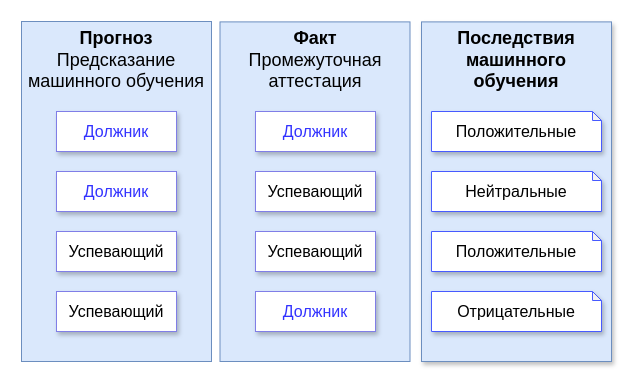
Earlier version of the draw.io diagram Этап Прогнозирования Технико-экономическое обоснование.drawio (RuslanKudarov/diagrams). Source tidied: cells renumbered, new cells numbered last; positions are measured from the earlier drawing's top-left corner, leaving out a move shared by most shapes. Both pictures are drawn from the tidied source at 100%, with x=0, y=0 at pixel (21, 21).
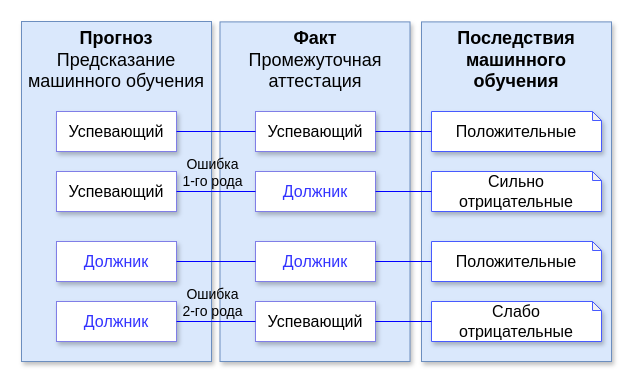
After the change.

Diff of the diagram source:
```diff
@@
-    <mxCell id="2" value="&lt;font style=&quot;font-size: 18px;&quot; face=&quot;Calibri&quot;&gt;&lt;span style=&quot;&quot;&gt;&lt;b&gt;Факт&lt;/b&gt;&lt;br&gt;Промежуточная аттестация&lt;br&gt;&lt;/span&gt;&lt;/font&gt;" style="whiteSpace=wrap;html=1;fillColor=#dae8fc;fontSize=14;strokeColor=#6c8ebf;verticalAlign=top;" parent="1" vertex="1">
+    <mxCell id="2" value="&lt;font style=&quot;font-size: 18px;&quot; face=&quot;Calibri&quot;&gt;&lt;span style=&quot;&quot;&gt;&lt;b&gt;Факт&lt;/b&gt;&lt;br&gt;Промежуточная аттестация&lt;br&gt;&lt;/span&gt;&lt;/font&gt;" style="whiteSpace=wrap;html=1;fillColor=#dae8fc;fontSize=14;strokeColor=#6c8ebf;verticalAlign=top;shadow=1;" parent="1" vertex="1">
       <mxGeometry x="198.5" y="0.4" width="190" height="339.6" as="geometry" />
     </mxCell>
-    <mxCell id="3" value="&lt;font style=&quot;font-size: 18px;&quot; face=&quot;Calibri&quot;&gt;&lt;b&gt;Прогноз&lt;/b&gt;&lt;br&gt;Предсказание&lt;br&gt;машинного обучения&lt;br&gt;&lt;/font&gt;" style="whiteSpace=wrap;html=1;fillColor=#dae8fc;fontSize=14;strokeColor=#6c8ebf;verticalAlign=top;" parent="1" vertex="1">
+    <mxCell id="3" value="&lt;font style=&quot;font-size: 18px;&quot; face=&quot;Calibri&quot;&gt;&lt;b&gt;Прогноз&lt;/b&gt;&lt;br&gt;Предсказание&lt;br&gt;машинного обучения&lt;br&gt;&lt;/font&gt;" style="whiteSpace=wrap;html=1;fillColor=#dae8fc;fontSize=14;strokeColor=#6c8ebf;verticalAlign=top;shadow=1;" parent="1" vertex="1">
       <mxGeometry width="190" height="340" as="geometry" />
     </mxCell>
@@
     <mxCell id="5" value="&lt;font style=&quot;font-size: 16px;&quot; face=&quot;Calibri&quot;&gt;Должник&lt;/font&gt;" style="rounded=0;whiteSpace=wrap;html=1;strokeColor=#807ee7;shadow=1;fontColor=#3333FF;" parent="1" vertex="1">
-      <mxGeometry x="35" y="90" width="120" height="40" as="geometry" />
+      <mxGeometry x="35" y="220" width="120" height="40" as="geometry" />
     </mxCell>
     <mxCell id="6" value="&lt;font style=&quot;font-size: 16px;&quot; face=&quot;Calibri&quot;&gt;Должник&lt;/font&gt;" style="rounded=0;whiteSpace=wrap;html=1;strokeColor=#807ee7;shadow=1;fontColor=#3333FF;" parent="1" vertex="1">
-      <mxGeometry x="234" y="90" width="120" height="40" as="geometry" />
+      <mxGeometry x="234" y="220" width="120" height="40" as="geometry" />
     </mxCell>
     <mxCell id="7" value="&lt;font style=&quot;font-size: 16px;&quot; face=&quot;Calibri&quot;&gt;Должник&lt;/font&gt;" style="rounded=0;whiteSpace=wrap;html=1;strokeColor=#807ee7;glass=0;shadow=1;fontColor=#3333FF;" parent="1" vertex="1">
-      <mxGeometry x="35" y="150" width="120" height="40" as="geometry" />
+      <mxGeometry x="35" y="280" width="120" height="40" as="geometry" />
     </mxCell>
     <mxCell id="8" value="&lt;font style=&quot;font-size: 16px;&quot; face=&quot;Calibri&quot;&gt;Успевающий&lt;/font&gt;" style="rounded=0;whiteSpace=wrap;html=1;strokeColor=#807ee7;shadow=1;" parent="1" vertex="1">
-      <mxGeometry x="234" y="150" width="120" height="40" as="geometry" />
+      <mxGeometry x="234" y="280" width="120" height="40" as="geometry" />
     </mxCell>
     <mxCell id="9" value="&lt;font style=&quot;font-size: 16px;&quot; face=&quot;Calibri&quot;&gt;Успевающий&lt;/font&gt;" style="rounded=0;whiteSpace=wrap;html=1;strokeColor=#807ee7;shadow=1;" parent="1" vertex="1">
-      <mxGeometry x="35" y="210" width="120" height="40" as="geometry" />
+      <mxGeometry x="35" y="90" width="120" height="40" as="geometry" />
     </mxCell>
     <mxCell id="10" value="&lt;font style=&quot;font-size: 16px;&quot; face=&quot;Calibri&quot;&gt;Успевающий&lt;/font&gt;" style="rounded=0;whiteSpace=wrap;html=1;strokeColor=#807ee7;shadow=1;" parent="1" vertex="1">
-      <mxGeometry x="234" y="210" width="120" height="40" as="geometry" />
+      <mxGeometry x="234" y="90" width="120" height="40" as="geometry" />
     </mxCell>
     <mxCell id="11" value="&lt;font style=&quot;font-size: 16px;&quot; face=&quot;Calibri&quot;&gt;Успевающий&lt;/font&gt;" style="rounded=0;whiteSpace=wrap;html=1;strokeColor=#807ee7;shadow=1;" parent="1" vertex="1">
-      <mxGeometry x="35" y="270" width="120" height="40" as="geometry" />
+      <mxGeometry x="35" y="150" width="120" height="40" as="geometry" />
     </mxCell>
     <mxCell id="12" value="&lt;font style=&quot;font-size: 16px;&quot; face=&quot;Calibri&quot;&gt;Должник&lt;/font&gt;" style="rounded=0;whiteSpace=wrap;html=1;strokeColor=#807ee7;shadow=1;fontColor=#3333FF;" parent="1" vertex="1">
-      <mxGeometry x="234" y="270" width="120" height="40" as="geometry" />
+      <mxGeometry x="234" y="150" width="120" height="40" as="geometry" />
     </mxCell>
-    <mxCell id="13" value="&lt;span style=&quot;color: rgb(0, 0, 0); font-family: Calibri; font-size: 16px;&quot;&gt;Положительные&lt;/span&gt;" style="shape=note;whiteSpace=wrap;html=1;backgroundOutline=1;darkOpacity=0.05;strokeColor=#475AFF;shadow=1;size=9;fontColor=#4D5EFF;" parent="1" vertex="1">
-      <mxGeometry x="410" y="90" width="170" height="40" as="geometry" />
+    <mxCell id="13" value="&lt;font face=&quot;Calibri&quot; color=&quot;#000000&quot;&gt;&lt;span style=&quot;font-size: 16px;&quot;&gt;Положительные&lt;/span&gt;&lt;/font&gt;" style="shape=note;whiteSpace=wrap;html=1;backgroundOutline=1;darkOpacity=0.05;strokeColor=#475AFF;shadow=1;size=9;fontColor=#4D5EFF;" parent="1" vertex="1">
+      <mxGeometry x="410" y="220" width="170" height="40" as="geometry" />
     </mxCell>
     <mxCell id="14" value="&lt;font style=&quot;font-size: 16px;&quot; face=&quot;Calibri&quot;&gt;Положительные&lt;br&gt;&lt;/font&gt;" style="shape=note;whiteSpace=wrap;html=1;backgroundOutline=1;darkOpacity=0.05;strokeColor=#475AFF;shadow=1;size=9;" parent="1" vertex="1">
-      <mxGeometry x="410" y="210" width="170" height="40" as="geometry" />
+      <mxGeometry x="410" y="90" width="170" height="40" as="geometry" />
     </mxCell>
-    <mxCell id="15" value="&lt;font face=&quot;Calibri&quot;&gt;&lt;span style=&quot;font-size: 16px;&quot;&gt;Нейтральные&lt;br&gt;&lt;/span&gt;&lt;/font&gt;" style="shape=note;whiteSpace=wrap;html=1;backgroundOutline=1;darkOpacity=0.05;strokeColor=#475AFF;shadow=1;size=9;gradientColor=none;" parent="1" vertex="1">
-      <mxGeometry x="410" y="150" width="170" height="40" as="geometry" />
+    <mxCell id="15" value="&lt;font face=&quot;Calibri&quot;&gt;&lt;span style=&quot;font-size: 16px;&quot;&gt;Слабо&lt;br&gt;отрицательные&lt;br&gt;&lt;/span&gt;&lt;/font&gt;" style="shape=note;whiteSpace=wrap;html=1;backgroundOutline=1;darkOpacity=0.05;strokeColor=#475AFF;shadow=1;size=9;gradientColor=none;" parent="1" vertex="1">
+      <mxGeometry x="410" y="280" width="170" height="40" as="geometry" />
     </mxCell>
-    <mxCell id="16" value="&lt;font style=&quot;font-size: 16px;&quot; face=&quot;Calibri&quot;&gt;Отрицательные&lt;br&gt;&lt;/font&gt;" style="shape=note;whiteSpace=wrap;html=1;backgroundOutline=1;darkOpacity=0.05;strokeColor=#475AFF;shadow=1;size=9;" parent="1" vertex="1">
-      <mxGeometry x="410" y="270" width="170" height="40" as="geometry" />
+    <mxCell id="16" value="&lt;font style=&quot;font-size: 16px;&quot; face=&quot;Calibri&quot;&gt;Сильно&lt;br&gt;отрицательные&lt;br&gt;&lt;/font&gt;" style="shape=note;whiteSpace=wrap;html=1;backgroundOutline=1;darkOpacity=0.05;strokeColor=#475AFF;shadow=1;size=9;" parent="1" vertex="1">
+      <mxGeometry x="410" y="150" width="170" height="40" as="geometry" />
     </mxCell>
+    <mxCell id="17" style="endArrow=none;html=1;rounded=0;entryX=0;entryY=0.5;entryDx=0;entryDy=0;entryPerimeter=0;exitX=1;exitY=0.5;exitDx=0;exitDy=0;strokeColor=#0000FF;" parent="1" edge="1" source="6" target="13">
+      <mxGeometry relative="1" as="geometry" />
+    </mxCell>
+    <mxCell id="18" style="endArrow=none;html=1;rounded=0;entryX=0;entryY=0.5;entryDx=0;entryDy=0;entryPerimeter=0;exitX=1;exitY=0.5;exitDx=0;exitDy=0;strokeColor=#0000FF;" parent="1" edge="1" source="8" target="15">
+      <mxGeometry relative="1" as="geometry" />
+    </mxCell>
+    <mxCell id="19" style="endArrow=none;html=1;rounded=0;entryX=0;entryY=0.5;entryDx=0;entryDy=0;entryPerimeter=0;exitX=1;exitY=0.5;exitDx=0;exitDy=0;strokeColor=#0000FF;" parent="1" edge="1" source="10" target="14">
+      <mxGeometry relative="1" as="geometry" />
+    </mxCell>
+    <mxCell id="20" style="endArrow=none;html=1;rounded=0;exitX=1;exitY=0.5;exitDx=0;exitDy=0;strokeColor=#0000FF;" parent="1" edge="1" source="12" target="16">
+      <mxGeometry relative="1" as="geometry" />
+    </mxCell>
+    <mxCell id="21" style="endArrow=none;html=1;rounded=0;entryX=0;entryY=0.5;entryDx=0;entryDy=0;exitX=1;exitY=0.5;exitDx=0;exitDy=0;strokeColor=#0000FF;" parent="1" edge="1" source="5" target="6">
+      <mxGeometry relative="1" as="geometry" />
+    </mxCell>
+    <mxCell id="22" style="endArrow=none;html=1;rounded=0;entryX=0;entryY=0.5;entryDx=0;entryDy=0;exitX=1;exitY=0.5;exitDx=0;exitDy=0;strokeColor=#0000FF;" parent="1" edge="1" source="7" target="8">
+      <mxGeometry relative="1" as="geometry" />
+    </mxCell>
+    <mxCell id="23" value="Ошибка&lt;br style=&quot;font-size: 14px;&quot;&gt;2-го рода" style="edgeLabel;html=1;align=center;verticalAlign=middle;labelBackgroundColor=none;fontFamily=Calibri;fontSize=14;" parent="22" vertex="1">
+      <mxGeometry x="0.01" y="-3" relative="1" as="geometry">
+        <mxPoint x="-5" y="-23" as="offset" />
+      </mxGeometry>
+    </mxCell>
+    <mxCell id="24" style="endArrow=none;html=1;rounded=0;entryX=0;entryY=0.5;entryDx=0;entryDy=0;exitX=1;exitY=0.5;exitDx=0;exitDy=0;strokeColor=#0000FF;" parent="1" edge="1" source="9" target="10">
+      <mxGeometry relative="1" as="geometry" />
+    </mxCell>
+    <mxCell id="25" style="endArrow=none;html=1;rounded=0;entryX=0;entryY=0.5;entryDx=0;entryDy=0;exitX=1;exitY=0.5;exitDx=0;exitDy=0;strokeColor=#0000FF;" parent="1" edge="1" source="11" target="12">
+      <mxGeometry relative="1" as="geometry" />
+    </mxCell>
+    <mxCell id="26" value="Ошибка&lt;br style=&quot;font-size: 14px;&quot;&gt;1-го рода" style="edgeLabel;html=1;align=center;verticalAlign=middle;labelBackgroundColor=none;fontFamily=Calibri;fontSize=14;" parent="25" vertex="1">
+      <mxGeometry x="0.04" relative="1" as="geometry">
+        <mxPoint x="-6" y="-20" as="offset" />
+      </mxGeometry>
+    </mxCell>
```
